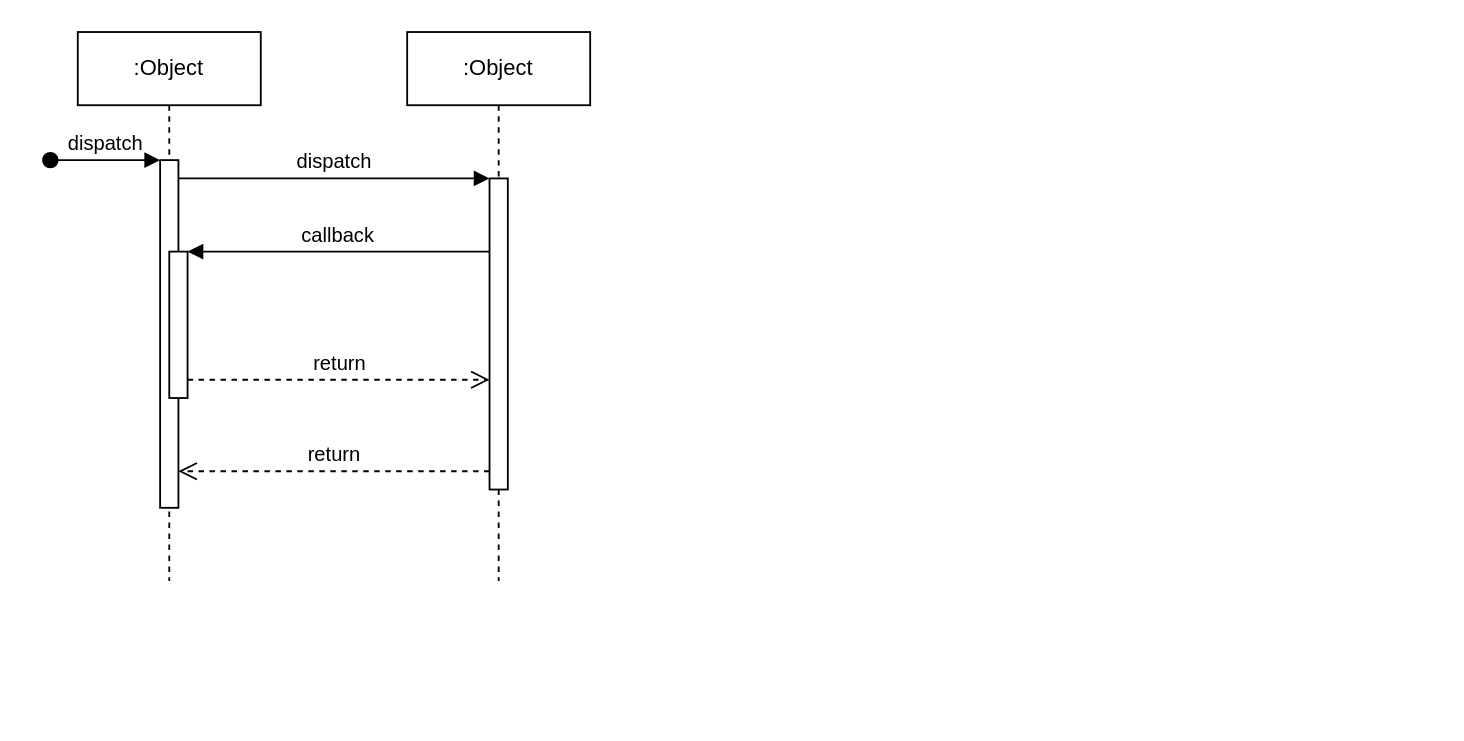
Earlier version of the draw.io diagram 未命名绘图.drawio (SloppyJack/drwaio-repo). Source tidied: cells renumbered, new cells numbered last; positions are measured from the earlier drawing's top-left corner, leaving out a move shared by most shapes. Both pictures are drawn from the tidied source at 183%, with x=0, y=0 at pixel (49, 31).
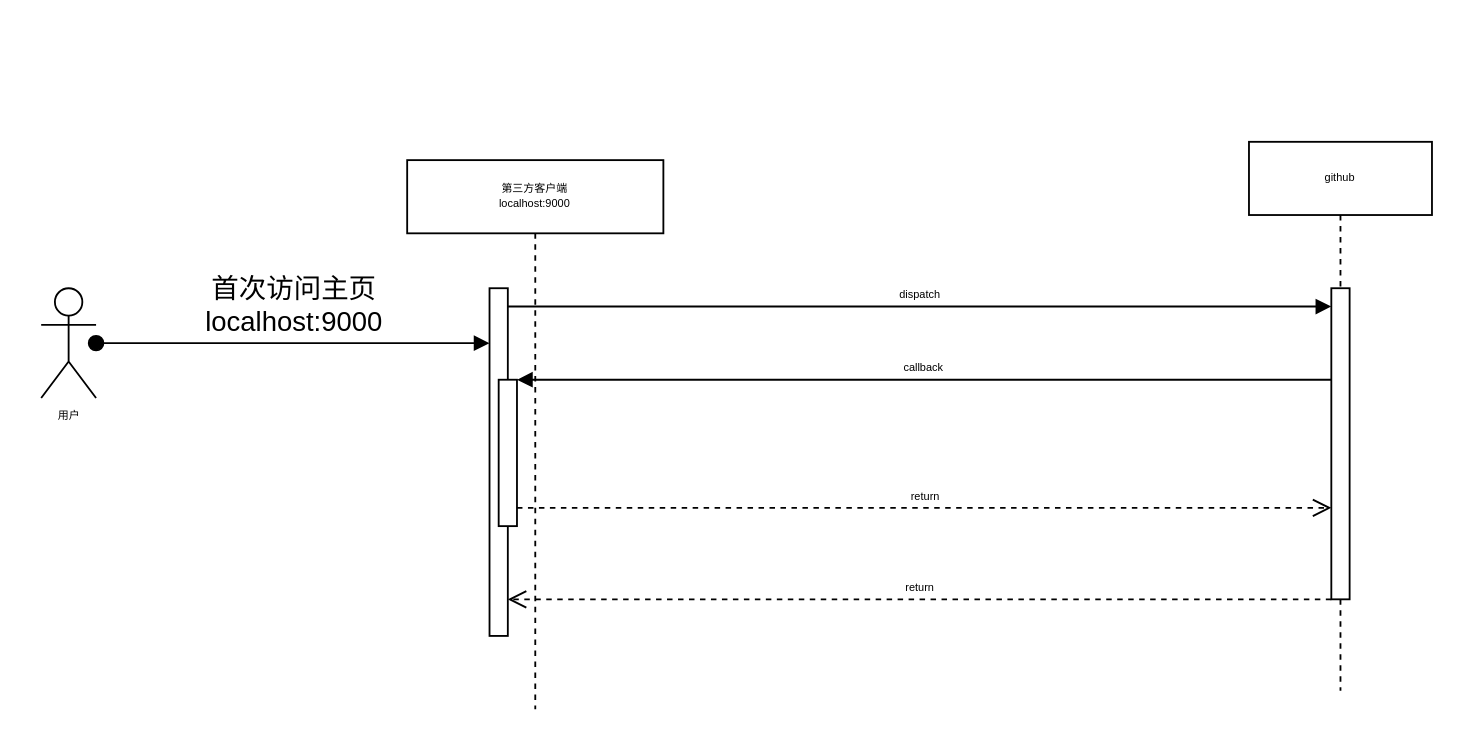
Above is the later version.

What changed in the source:
```diff
@@
 <mxGraphModel>
   <root>
     <mxCell id="0" />
     <mxCell id="1" parent="0" />
-    <mxCell id="2" value=":Object" style="shape=umlLifeline;perimeter=lifelinePerimeter;whiteSpace=wrap;html=1;newEdgeStyle={&quot;edgeStyle&quot;:&quot;elbowEdgeStyle&quot;,&quot;elbow&quot;:&quot;vertical&quot;,&quot;curved&quot;:0,&quot;rounded&quot;:0};" parent="1" vertex="1">
-      <mxGeometry x="15" width="100" height="300" as="geometry" />
+    <mxCell id="2" value="第三方客户端&lt;br style=&quot;font-size: 6px;&quot;&gt;localhost:9000" style="shape=umlLifeline;perimeter=lifelinePerimeter;whiteSpace=wrap;html=1;newEdgeStyle={&quot;edgeStyle&quot;:&quot;elbowEdgeStyle&quot;,&quot;elbow&quot;:&quot;vertical&quot;,&quot;curved&quot;:0,&quot;rounded&quot;:0};fontSize=6;" parent="1" vertex="1">
+      <mxGeometry x="195" y="70" width="140" height="300" as="geometry" />
     </mxCell>
-    <mxCell id="3" style="html=1;points=[];perimeter=orthogonalPerimeter;outlineConnect=0;targetShapes=umlLifeline;portConstraint=eastwest;newEdgeStyle={&quot;edgeStyle&quot;:&quot;elbowEdgeStyle&quot;,&quot;elbow&quot;:&quot;vertical&quot;,&quot;curved&quot;:0,&quot;rounded&quot;:0};" parent="2" vertex="1">
+    <mxCell id="3" style="html=1;points=[];perimeter=orthogonalPerimeter;outlineConnect=0;targetShapes=umlLifeline;portConstraint=eastwest;newEdgeStyle={&quot;edgeStyle&quot;:&quot;elbowEdgeStyle&quot;,&quot;elbow&quot;:&quot;vertical&quot;,&quot;curved&quot;:0,&quot;rounded&quot;:0};fontSize=6;" parent="2" vertex="1">
       <mxGeometry x="45" y="70" width="10" height="190" as="geometry" />
     </mxCell>
-    <mxCell id="4" value="dispatch" style="html=1;verticalAlign=bottom;startArrow=oval;endArrow=block;startSize=8;edgeStyle=elbowEdgeStyle;elbow=vertical;curved=0;rounded=0;" parent="2" edge="1" target="3">
-      <mxGeometry relative="1" as="geometry">
-        <mxPoint x="-15" y="70" as="sourcePoint" />
-      </mxGeometry>
-    </mxCell>
-    <mxCell id="5" style="html=1;points=[];perimeter=orthogonalPerimeter;outlineConnect=0;targetShapes=umlLifeline;portConstraint=eastwest;newEdgeStyle={&quot;edgeStyle&quot;:&quot;elbowEdgeStyle&quot;,&quot;elbow&quot;:&quot;vertical&quot;,&quot;curved&quot;:0,&quot;rounded&quot;:0};" parent="2" vertex="1">
+    <mxCell id="5" style="html=1;points=[];perimeter=orthogonalPerimeter;outlineConnect=0;targetShapes=umlLifeline;portConstraint=eastwest;newEdgeStyle={&quot;edgeStyle&quot;:&quot;elbowEdgeStyle&quot;,&quot;elbow&quot;:&quot;vertical&quot;,&quot;curved&quot;:0,&quot;rounded&quot;:0};fontSize=6;" parent="2" vertex="1">
       <mxGeometry x="50" y="120" width="10" height="80" as="geometry" />
     </mxCell>
-    <mxCell id="6" value=":Object" style="shape=umlLifeline;perimeter=lifelinePerimeter;whiteSpace=wrap;html=1;newEdgeStyle={&quot;edgeStyle&quot;:&quot;elbowEdgeStyle&quot;,&quot;elbow&quot;:&quot;vertical&quot;,&quot;curved&quot;:0,&quot;rounded&quot;:0};" parent="1" vertex="1">
-      <mxGeometry x="195" width="100" height="300" as="geometry" />
+    <mxCell id="6" value="github" style="shape=umlLifeline;perimeter=lifelinePerimeter;whiteSpace=wrap;html=1;newEdgeStyle={&quot;edgeStyle&quot;:&quot;elbowEdgeStyle&quot;,&quot;elbow&quot;:&quot;vertical&quot;,&quot;curved&quot;:0,&quot;rounded&quot;:0};fontSize=6;" parent="1" vertex="1">
+      <mxGeometry x="655" y="60" width="100" height="300" as="geometry" />
     </mxCell>
-    <mxCell id="7" style="html=1;points=[];perimeter=orthogonalPerimeter;outlineConnect=0;targetShapes=umlLifeline;portConstraint=eastwest;newEdgeStyle={&quot;edgeStyle&quot;:&quot;elbowEdgeStyle&quot;,&quot;elbow&quot;:&quot;vertical&quot;,&quot;curved&quot;:0,&quot;rounded&quot;:0};" parent="6" vertex="1">
+    <mxCell id="7" style="html=1;points=[];perimeter=orthogonalPerimeter;outlineConnect=0;targetShapes=umlLifeline;portConstraint=eastwest;newEdgeStyle={&quot;edgeStyle&quot;:&quot;elbowEdgeStyle&quot;,&quot;elbow&quot;:&quot;vertical&quot;,&quot;curved&quot;:0,&quot;rounded&quot;:0};fontSize=6;" parent="6" vertex="1">
       <mxGeometry x="45" y="80" width="10" height="170" as="geometry" />
     </mxCell>
-    <mxCell id="8" value="dispatch" style="html=1;verticalAlign=bottom;endArrow=block;edgeStyle=elbowEdgeStyle;elbow=vertical;curved=0;rounded=0;" parent="1" edge="1" source="3" target="7">
+    <mxCell id="8" value="dispatch" style="html=1;verticalAlign=bottom;endArrow=block;edgeStyle=elbowEdgeStyle;elbow=vertical;curved=0;rounded=0;fontSize=6;" parent="1" edge="1" source="3" target="7">
       <mxGeometry relative="1" as="geometry">
         <Array as="points">
-          <mxPoint x="155" y="80" />
+          <mxPoint x="408" y="150" />
         </Array>
       </mxGeometry>
     </mxCell>
-    <mxCell id="9" value="return" style="html=1;verticalAlign=bottom;endArrow=open;dashed=1;endSize=8;edgeStyle=elbowEdgeStyle;elbow=vertical;curved=0;rounded=0;" parent="1" edge="1" source="7" target="3">
+    <mxCell id="9" value="return" style="html=1;verticalAlign=bottom;endArrow=open;dashed=1;endSize=8;edgeStyle=elbowEdgeStyle;elbow=vertical;curved=0;rounded=0;fontSize=6;" parent="1" edge="1" source="7" target="3">
       <mxGeometry relative="1" as="geometry">
         <Array as="points">
-          <mxPoint x="165" y="240" />
+          <mxPoint x="418" y="310" />
         </Array>
       </mxGeometry>
     </mxCell>
-    <mxCell id="10" value="callback" style="html=1;verticalAlign=bottom;endArrow=block;edgeStyle=elbowEdgeStyle;elbow=vertical;curved=0;rounded=0;" parent="1" edge="1" source="7" target="5">
+    <mxCell id="10" value="callback" style="html=1;verticalAlign=bottom;endArrow=block;edgeStyle=elbowEdgeStyle;elbow=vertical;curved=0;rounded=0;fontSize=6;" parent="1" edge="1" source="7" target="5">
       <mxGeometry relative="1" as="geometry">
         <Array as="points">
-          <mxPoint x="165" y="120" />
+          <mxPoint x="418" y="190" />
         </Array>
       </mxGeometry>
     </mxCell>
-    <mxCell id="11" value="return" style="html=1;verticalAlign=bottom;endArrow=open;dashed=1;endSize=8;edgeStyle=elbowEdgeStyle;elbow=vertical;curved=0;rounded=0;" parent="1" edge="1" source="5" target="7">
+    <mxCell id="11" value="return" style="html=1;verticalAlign=bottom;endArrow=open;dashed=1;endSize=8;edgeStyle=elbowEdgeStyle;elbow=vertical;curved=0;rounded=0;fontSize=6;" parent="1" edge="1" source="5" target="7">
       <mxGeometry relative="1" as="geometry">
         <Array as="points">
-          <mxPoint x="155" y="190" />
+          <mxPoint x="408" y="260" />
         </Array>
       </mxGeometry>
     </mxCell>
+    <mxCell id="12" value="用户" style="shape=umlActor;verticalLabelPosition=bottom;verticalAlign=top;html=1;outlineConnect=0;fontSize=6;" parent="1" vertex="1">
+      <mxGeometry x="-5" y="140" width="30" height="60" as="geometry" />
+    </mxCell>
+    <mxCell id="4" value="&lt;font style=&quot;font-size: 15px;&quot;&gt;首次访问主页&lt;br style=&quot;font-size: 15px;&quot;&gt;localhost:9000&lt;/font&gt;" style="html=1;verticalAlign=bottom;startArrow=oval;endArrow=block;startSize=8;edgeStyle=elbowEdgeStyle;elbow=vertical;curved=0;rounded=0;fontSize=6;" parent="1" edge="1" source="12" target="3">
+      <mxGeometry relative="1" as="geometry" />
+    </mxCell>
   </root>
 </mxGraphModel>
```
